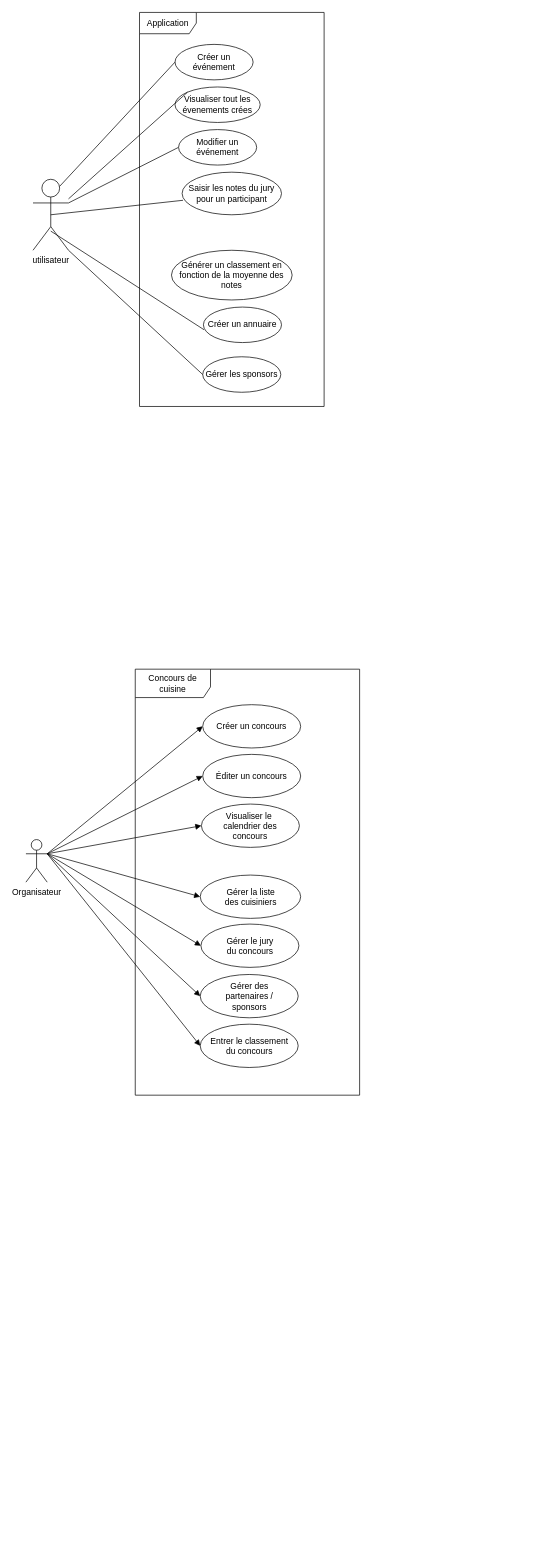
Earlier version of the draw.io diagram Conception/Diagramme de cas d'utilisation.drawio (CSliveR/Chief-s-Arena). Source tidied: cells renumbered, new cells numbered last; positions are measured from the earlier drawing's top-left corner, leaving out a move shared by most shapes. Both pictures are drawn from the tidied source at 71%, with x=0, y=0 at pixel (26, 12).
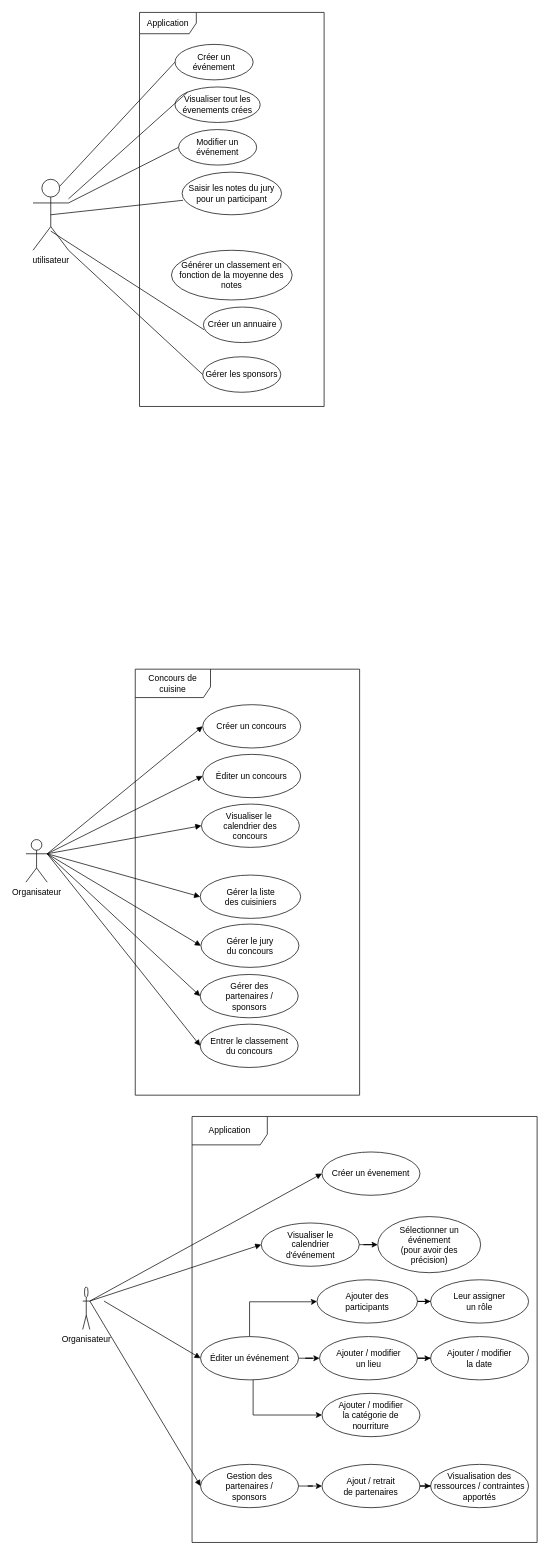
The same diagram, later.

Commit message:
Mettre à jour Diagramme de cas d'utilisation.drawio

Diff of the diagram source:
```diff
@@
+    <mxCell id="33" value="Application" style="shape=umlFrame;whiteSpace=wrap;html=1;width=106;height=40;" parent="1" vertex="1">
+      <mxGeometry x="234" y="1555" width="486" height="600" as="geometry" />
+    </mxCell>
+    <mxCell id="34" value="Organisateur" style="shape=umlActor;verticalLabelPosition=bottom;verticalAlign=top;html=1;" parent="1" vertex="1">
+      <mxGeometry x="80" y="1795" width="10" height="60" as="geometry" />
+    </mxCell>
+    <mxCell id="35" value="Créer un évenement" style="ellipse;whiteSpace=wrap;html=1;" parent="1" vertex="1">
+      <mxGeometry x="417" y="1605" width="138" height="61" as="geometry" />
+    </mxCell>
+    <mxCell id="36" style="edgeStyle=orthogonalEdgeStyle;rounded=0;jettySize=auto;html=1;" parent="1" edge="1" source="37" target="38">
+      <mxGeometry relative="1" as="geometry" />
+    </mxCell>
+    <mxCell id="37" value="Visualiser le&lt;div&gt;calendrier&lt;/div&gt;&lt;div&gt;d'événement&lt;/div&gt;" style="ellipse;whiteSpace=wrap;html=1;" parent="1" vertex="1">
+      <mxGeometry x="331.5" y="1705" width="138" height="61" as="geometry" />
+    </mxCell>
+    <mxCell id="38" value="Sélectionner un&lt;div&gt;événement&lt;/div&gt;&lt;div&gt;(pour avoir des&lt;/div&gt;&lt;div&gt;précision)&lt;/div&gt;" style="ellipse;whiteSpace=wrap;html=1;" parent="1" vertex="1">
+      <mxGeometry x="495.5" y="1696" width="145" height="79" as="geometry" />
+    </mxCell>
+    <mxCell id="39" style="edgeStyle=orthogonalEdgeStyle;rounded=0;jettySize=auto;html=1;entryX=0;entryY=0.5;entryDx=0;entryDy=0;" parent="1" edge="1" source="42" target="44">
+      <mxGeometry relative="1" as="geometry">
+        <Array as="points">
+          <mxPoint x="315" y="1816" />
+          <mxPoint x="404" y="1816" />
+          <mxPoint x="394" y="1815" />
+        </Array>
+      </mxGeometry>
+    </mxCell>
+    <mxCell id="40" style="edgeStyle=orthogonalEdgeStyle;rounded=0;jettySize=auto;html=1;entryX=0;entryY=0.5;entryDx=0;entryDy=0;" parent="1" edge="1" source="42" target="47">
+      <mxGeometry relative="1" as="geometry" />
+    </mxCell>
+    <mxCell id="41" style="edgeStyle=orthogonalEdgeStyle;rounded=0;jettySize=auto;html=1;entryX=0;entryY=0.5;entryDx=0;entryDy=0;" parent="1" edge="1" source="42" target="49">
+      <mxGeometry relative="1" as="geometry">
+        <Array as="points">
+          <mxPoint x="320" y="1975" />
+        </Array>
+      </mxGeometry>
+    </mxCell>
+    <mxCell id="42" value="Éditer un événement" style="ellipse;whiteSpace=wrap;html=1;" parent="1" vertex="1">
+      <mxGeometry x="246" y="1865" width="138" height="61" as="geometry" />
+    </mxCell>
+    <mxCell id="43" style="edgeStyle=orthogonalEdgeStyle;rounded=0;jettySize=auto;html=1;entryX=0;entryY=0.5;entryDx=0;entryDy=0;" parent="1" edge="1" source="44" target="45">
+      <mxGeometry relative="1" as="geometry" />
+    </mxCell>
+    <mxCell id="44" value="Ajouter des&lt;div&gt;participants&lt;/div&gt;" style="ellipse;whiteSpace=wrap;html=1;" parent="1" vertex="1">
+      <mxGeometry x="410" y="1785" width="141.5" height="61" as="geometry" />
+    </mxCell>
+    <mxCell id="45" value="Leur assigner&lt;div&gt;un rôle&lt;/div&gt;" style="ellipse;whiteSpace=wrap;html=1;" parent="1" vertex="1">
+      <mxGeometry x="570" y="1785" width="138" height="61" as="geometry" />
+    </mxCell>
+    <mxCell id="46" style="edgeStyle=orthogonalEdgeStyle;rounded=0;jettySize=auto;html=1;entryX=0;entryY=0.5;entryDx=0;entryDy=0;" parent="1" edge="1" source="47" target="48">
+      <mxGeometry relative="1" as="geometry" />
+    </mxCell>
+    <mxCell id="47" value="Ajouter / modifier&lt;div&gt;un lieu&lt;/div&gt;" style="ellipse;whiteSpace=wrap;html=1;" parent="1" vertex="1">
+      <mxGeometry x="413.5" y="1865" width="138" height="61" as="geometry" />
+    </mxCell>
+    <mxCell id="48" value="Ajouter / modifier&lt;div&gt;la date&lt;/div&gt;" style="ellipse;whiteSpace=wrap;html=1;" parent="1" vertex="1">
+      <mxGeometry x="570" y="1865" width="138" height="61" as="geometry" />
+    </mxCell>
+    <mxCell id="49" value="Ajouter / modifier&lt;div&gt;la catégorie de&lt;/div&gt;&lt;div&gt;nourriture&lt;/div&gt;" style="ellipse;whiteSpace=wrap;html=1;" parent="1" vertex="1">
+      <mxGeometry x="417" y="1945" width="138" height="61" as="geometry" />
+    </mxCell>
+    <mxCell id="50" style="edgeStyle=orthogonalEdgeStyle;rounded=0;jettySize=auto;html=1;entryX=0;entryY=0.5;entryDx=0;entryDy=0;" parent="1" edge="1" source="51" target="53">
+      <mxGeometry relative="1" as="geometry" />
+    </mxCell>
+    <mxCell id="51" value="Gestion des&lt;div&gt;partenaires /&lt;/div&gt;&lt;div&gt;sponsors&lt;/div&gt;" style="ellipse;whiteSpace=wrap;html=1;" parent="1" vertex="1">
+      <mxGeometry x="246" y="2045" width="138" height="61" as="geometry" />
+    </mxCell>
+    <mxCell id="52" style="edgeStyle=orthogonalEdgeStyle;rounded=0;jettySize=auto;html=1;entryX=0;entryY=0.5;entryDx=0;entryDy=0;" parent="1" edge="1" source="53" target="54">
+      <mxGeometry relative="1" as="geometry" />
+    </mxCell>
+    <mxCell id="53" value="Ajout / retrait&lt;div&gt;de partenaires&lt;/div&gt;" style="ellipse;whiteSpace=wrap;html=1;" parent="1" vertex="1">
+      <mxGeometry x="417" y="2045" width="138" height="61" as="geometry" />
+    </mxCell>
+    <mxCell id="54" value="Visualisation des&lt;div&gt;ressources / contraintes&lt;/div&gt;&lt;div&gt;apportés&lt;/div&gt;" style="ellipse;whiteSpace=wrap;html=1;" parent="1" vertex="1">
+      <mxGeometry x="570" y="2045" width="138" height="61" as="geometry" />
+    </mxCell>
+    <mxCell id="55" style="html=1;verticalAlign=bottom;endArrow=block;curved=0;rounded=0;entryX=0;entryY=0.5;entryDx=0;entryDy=0;exitX=1;exitY=0.3333333333333333;exitDx=0;exitDy=0;exitPerimeter=0;" parent="1" edge="1" source="34" target="35">
+      <mxGeometry relative="1" as="geometry" />
+    </mxCell>
+    <mxCell id="56" style="html=1;verticalAlign=bottom;endArrow=block;curved=0;rounded=0;entryX=0;entryY=0.5;entryDx=0;entryDy=0;exitX=1;exitY=0.3333333333333333;exitDx=0;exitDy=0;exitPerimeter=0;" parent="1" edge="1" source="34" target="37">
+      <mxGeometry relative="1" as="geometry" />
+    </mxCell>
+    <mxCell id="57" style="html=1;verticalAlign=bottom;endArrow=block;curved=0;rounded=0;entryX=0;entryY=0.5;entryDx=0;entryDy=0;" parent="1" edge="1" target="42">
+      <mxGeometry relative="1" as="geometry">
+        <mxPoint x="110" y="1815" as="sourcePoint" />
+      </mxGeometry>
+    </mxCell>
+    <mxCell id="58" style="html=1;verticalAlign=bottom;endArrow=block;curved=0;rounded=0;entryX=0;entryY=0.5;entryDx=0;entryDy=0;exitX=1;exitY=0.3333333333333333;exitDx=0;exitDy=0;exitPerimeter=0;" parent="1" edge="1" source="34" target="51">
+      <mxGeometry relative="1" as="geometry" />
+    </mxCell>
```
